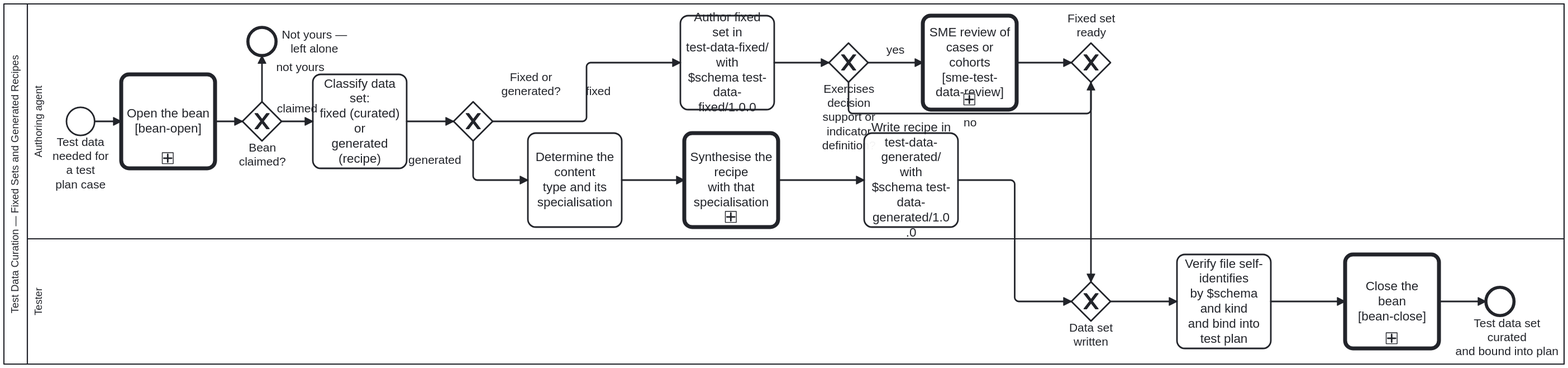
Above: docs/assets/img/workflows/test-data-curation.svg in litlfred/cat-harness (BPMN), before the change. Its source is kept beside it as processes/sdlc/test-data-curation.bpmn. Ids are renumbered.
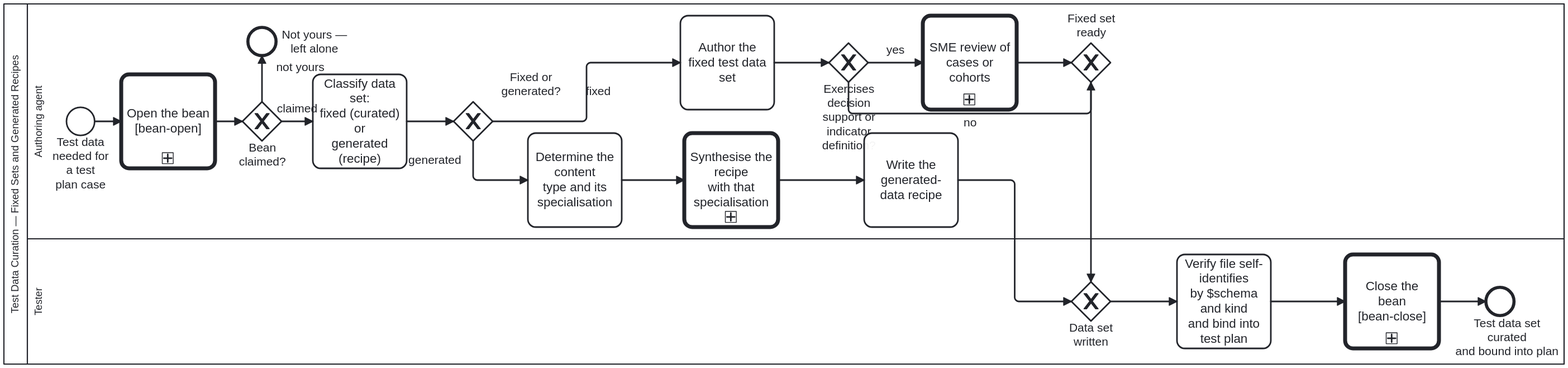
The same diagram one commit later.

Diff of the diagram source:
```diff
@@ -72,7 +72,7 @@
       <bpmn:outgoing>Flow_Generated</bpmn:outgoing>
     </bpmn:exclusiveGateway>
 
-    <bpmn:task id="Task_CurateFixed" name="Author fixed set in&#10;test-data-fixed/ with&#10;$schema test-data-fixed/1.0.0">
+    <bpmn:task id="Task_CurateFixed" name="Author the fixed test data set">
       <bpmn:documentation>Write the curated `records` and optional `citations` with `$schema: &quot;test-data-fixed/1.0.0&quot;` and `kind: &quot;fixed&quot;` into the instance's declared `test-data-fixed` directory (`schemas/sdlc/test-data.ts`). Recipe fields (`template`, `params`, `seed`) are refused by the strict schema.</bpmn:documentation>
       <bpmn:extensionElements>
         <bootstrap.processes:skill ref="test-data-sets"/>
@@ -92,7 +92,7 @@
       <bpmn:outgoing>Flow_SmeNo</bpmn:outgoing>
     </bpmn:exclusiveGateway>
 
-    <bpmn:callActivity id="Call_SmeReview" name="SME review of&#10;cases or cohorts&#10;[sme-test-data-review]" calledElement="Process_SmeTestDataReview">
+    <bpmn:callActivity id="Call_SmeReview" name="SME review of cases or cohorts" calledElement="Process_SmeTestDataReview">
       <bpmn:documentation>Calls `Process_SmeTestDataReview` (`processes/sdlc/sme-test-data-review.bpmn`) so a human SME in a `judgementOnly` lane reviews each worked case (`decision-support`) or cohort plus expected value (`indicator-definition`) and records an attributable `sme-case-verdict/1.0.0` node.</bpmn:documentation>
       <bpmn:extensionElements>
         <bootstrap.processes:skill ref="test-data-sets"/>
@@ -127,7 +127,7 @@
       <bpmn:outgoing>Flow_6</bpmn:outgoing>
     </bpmn:callActivity>
 
-    <bpmn:task id="Task_WriteRecipe" name="Write recipe in&#10;test-data-generated/ with&#10;$schema test-data-generated/1.0.0">
+    <bpmn:task id="Task_WriteRecipe" name="Write the generated-data recipe">
       <bpmn:documentation>Record `contentType`, `specialisation`, `template`, `params`, `seed`, and the canonical `sha256` digest (`computeGeneratedSetDigest`) with `$schema: &quot;test-data-generated/1.0.0&quot;` and `kind: &quot;generated&quot;` in the instance's declared `test-data-generated` directory. Never store materialised records.</bpmn:documentation>
       <bpmn:extensionElements>
         <bootstrap.processes:skill ref="test-data-sets"/>
```
